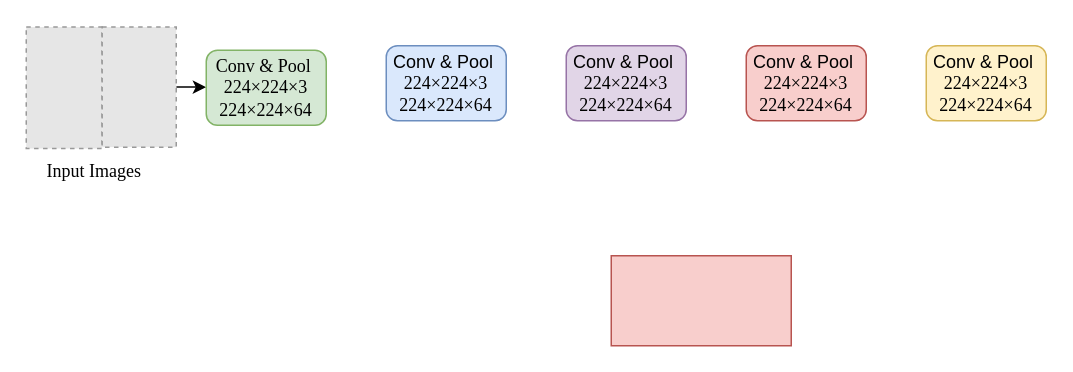
The draw.io diagram ConvPoolLayer Diagram.drawio in sohagkumarsaha/draw.io-public, before the edit. Source tidied: cells renumbered, new cells numbered last; positions are measured from the earlier drawing's top-left corner, leaving out a move shared by most shapes. Both pictures are drawn from the tidied source at 150%, with x=0, y=0 at pixel (26, 27). Pictures stored in the file or linked from it are replaced by grey dashed boxes.
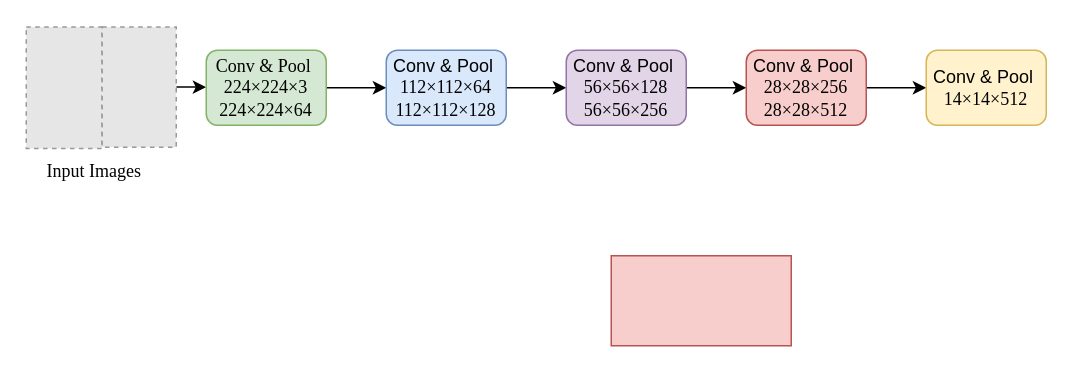
The same diagram, later.

The edit, as a diff of the source:
```diff
@@
 <mxGraphModel>
   <root>
     <mxCell id="0" />
     <mxCell id="1" parent="0" />
     <mxCell id="2" style="fillColor=#E6E6E6;strokeColor=#999999;dashed=1;verticalLabelPosition=bottom;labelBackgroundColor=default;verticalAlign=top;" parent="1" vertex="1">
       <mxGeometry y="-0.5" width="50.6" height="81" as="geometry" />
     </mxCell>
     <mxCell id="3" style="edgeStyle=orthogonalEdgeStyle;rounded=0;jettySize=auto;html=1;exitX=1;exitY=0.5;exitDx=0;exitDy=0;entryX=0;entryY=0.5;entryDx=0;entryDy=0;" parent="1" edge="1" source="4" target="5">
       <mxGeometry relative="1" as="geometry" />
     </mxCell>
     <mxCell id="4" style="fillColor=#E6E6E6;strokeColor=#999999;dashed=1;verticalLabelPosition=bottom;labelBackgroundColor=default;verticalAlign=top;" parent="1" vertex="1">
       <mxGeometry x="50.6" y="-0.5" width="49.4" height="80.1" as="geometry" />
     </mxCell>
+    <mxCell id="12" style="edgeStyle=orthogonalEdgeStyle;rounded=0;jettySize=auto;html=1;exitX=1;exitY=0.5;exitDx=0;exitDy=0;" parent="1" edge="1" source="5" target="7">
+      <mxGeometry relative="1" as="geometry" />
+    </mxCell>
     <mxCell id="5" value="&lt;font style=&quot;&quot;&gt;&lt;font face=&quot;Times New Roman&quot; style=&quot;font-size: 12px;&quot;&gt;Conv &amp;amp; Pool&amp;nbsp;&lt;br&gt;224×224×3&lt;br&gt;224×224×64&lt;/font&gt;&lt;br&gt;&lt;/font&gt;" style="rounded=1;whiteSpace=wrap;html=1;fillColor=#d5e8d4;strokeColor=#82b366;" parent="1" vertex="1">
       <mxGeometry x="120" y="15" width="80" height="50" as="geometry" />
     </mxCell>
     <mxCell id="6" style="rounded=0;whiteSpace=wrap;html=1;fillColor=#f8cecc;strokeColor=#b85450;" parent="1" vertex="1">
       <mxGeometry x="390" y="152" width="120" height="60" as="geometry" />
     </mxCell>
+    <mxCell id="13" style="edgeStyle=orthogonalEdgeStyle;rounded=0;jettySize=auto;html=1;exitX=1;exitY=0.5;exitDx=0;exitDy=0;entryX=0;entryY=0.5;entryDx=0;entryDy=0;" parent="1" edge="1" source="7" target="8">
+      <mxGeometry relative="1" as="geometry" />
+    </mxCell>
-    <mxCell id="7" value="Conv &amp;amp; Pool&amp;nbsp;&lt;br style=&quot;border-color: var(--border-color); font-family: &amp;quot;Times New Roman&amp;quot;;&quot;&gt;&lt;span style=&quot;font-family: &amp;quot;Times New Roman&amp;quot;;&quot;&gt;224×224×3&lt;/span&gt;&lt;br style=&quot;border-color: var(--border-color); font-family: &amp;quot;Times New Roman&amp;quot;;&quot;&gt;&lt;span style=&quot;font-family: &amp;quot;Times New Roman&amp;quot;;&quot;&gt;224×224×64&lt;/span&gt;" style="rounded=1;whiteSpace=wrap;html=1;fillColor=#dae8fc;strokeColor=#6c8ebf;" parent="1" vertex="1">
-      <mxGeometry x="240" y="12" width="80" height="50" as="geometry" />
+    <mxCell id="7" value="Conv &amp;amp; Pool&amp;nbsp;&lt;br style=&quot;border-color: var(--border-color); font-family: &amp;quot;Times New Roman&amp;quot;;&quot;&gt;&lt;span style=&quot;font-family: &amp;quot;Times New Roman&amp;quot;;&quot;&gt;112×112×64&lt;/span&gt;&lt;br style=&quot;border-color: var(--border-color); font-family: &amp;quot;Times New Roman&amp;quot;;&quot;&gt;&lt;span style=&quot;font-family: &amp;quot;Times New Roman&amp;quot;;&quot;&gt;112×112×128&lt;/span&gt;" style="rounded=1;whiteSpace=wrap;html=1;fillColor=#dae8fc;strokeColor=#6c8ebf;" parent="1" vertex="1">
+      <mxGeometry x="240" y="15" width="80" height="50" as="geometry" />
     </mxCell>
+    <mxCell id="14" style="edgeStyle=orthogonalEdgeStyle;rounded=0;jettySize=auto;html=1;exitX=1;exitY=0.5;exitDx=0;exitDy=0;entryX=0;entryY=0.5;entryDx=0;entryDy=0;" parent="1" edge="1" source="8" target="9">
+      <mxGeometry relative="1" as="geometry" />
+    </mxCell>
-    <mxCell id="8" value="Conv &amp;amp; Pool&amp;nbsp;&lt;br style=&quot;border-color: var(--border-color); font-family: &amp;quot;Times New Roman&amp;quot;;&quot;&gt;&lt;span style=&quot;font-family: &amp;quot;Times New Roman&amp;quot;;&quot;&gt;224×224×3&lt;/span&gt;&lt;br style=&quot;border-color: var(--border-color); font-family: &amp;quot;Times New Roman&amp;quot;;&quot;&gt;&lt;span style=&quot;font-family: &amp;quot;Times New Roman&amp;quot;;&quot;&gt;224×224×64&lt;/span&gt;" style="rounded=1;whiteSpace=wrap;html=1;fillColor=#e1d5e7;strokeColor=#9673a6;" parent="1" vertex="1">
-      <mxGeometry x="360" y="12" width="80" height="50" as="geometry" />
+    <mxCell id="8" value="Conv &amp;amp; Pool&amp;nbsp;&lt;br style=&quot;border-color: var(--border-color); font-family: &amp;quot;Times New Roman&amp;quot;;&quot;&gt;&lt;span style=&quot;font-family: &amp;quot;Times New Roman&amp;quot;;&quot;&gt;56×56×128&lt;/span&gt;&lt;br style=&quot;border-color: var(--border-color); font-family: &amp;quot;Times New Roman&amp;quot;;&quot;&gt;&lt;span style=&quot;font-family: &amp;quot;Times New Roman&amp;quot;;&quot;&gt;56×56×256&lt;/span&gt;" style="rounded=1;whiteSpace=wrap;html=1;fillColor=#e1d5e7;strokeColor=#9673a6;" parent="1" vertex="1">
+      <mxGeometry x="360" y="15" width="80" height="50" as="geometry" />
     </mxCell>
+    <mxCell id="15" style="edgeStyle=orthogonalEdgeStyle;rounded=0;jettySize=auto;html=1;exitX=1;exitY=0.5;exitDx=0;exitDy=0;entryX=0;entryY=0.5;entryDx=0;entryDy=0;" parent="1" edge="1" source="9" target="10">
+      <mxGeometry relative="1" as="geometry" />
+    </mxCell>
-    <mxCell id="9" value="Conv &amp;amp; Pool&amp;nbsp;&lt;br style=&quot;border-color: var(--border-color); font-family: &amp;quot;Times New Roman&amp;quot;;&quot;&gt;&lt;span style=&quot;font-family: &amp;quot;Times New Roman&amp;quot;;&quot;&gt;224×224×3&lt;/span&gt;&lt;br style=&quot;border-color: var(--border-color); font-family: &amp;quot;Times New Roman&amp;quot;;&quot;&gt;&lt;span style=&quot;font-family: &amp;quot;Times New Roman&amp;quot;;&quot;&gt;224×224×64&lt;/span&gt;" style="rounded=1;whiteSpace=wrap;html=1;fillColor=#f8cecc;strokeColor=#b85450;" parent="1" vertex="1">
-      <mxGeometry x="480" y="12" width="80" height="50" as="geometry" />
+    <mxCell id="9" value="Conv &amp;amp; Pool&amp;nbsp;&lt;br style=&quot;border-color: var(--border-color); font-family: &amp;quot;Times New Roman&amp;quot;;&quot;&gt;&lt;span style=&quot;font-family: &amp;quot;Times New Roman&amp;quot;;&quot;&gt;28×28×256&lt;/span&gt;&lt;br style=&quot;border-color: var(--border-color); font-family: &amp;quot;Times New Roman&amp;quot;;&quot;&gt;&lt;span style=&quot;font-family: &amp;quot;Times New Roman&amp;quot;;&quot;&gt;28×28×512&lt;/span&gt;" style="rounded=1;whiteSpace=wrap;html=1;fillColor=#f8cecc;strokeColor=#b85450;" parent="1" vertex="1">
+      <mxGeometry x="480" y="15" width="80" height="50" as="geometry" />
     </mxCell>
-    <mxCell id="10" value="Conv &amp;amp; Pool&amp;nbsp;&lt;br style=&quot;border-color: var(--border-color); font-family: &amp;quot;Times New Roman&amp;quot;;&quot;&gt;&lt;span style=&quot;font-family: &amp;quot;Times New Roman&amp;quot;;&quot;&gt;224×224×3&lt;/span&gt;&lt;br style=&quot;border-color: var(--border-color); font-family: &amp;quot;Times New Roman&amp;quot;;&quot;&gt;&lt;span style=&quot;font-family: &amp;quot;Times New Roman&amp;quot;;&quot;&gt;224×224×64&lt;/span&gt;" style="rounded=1;whiteSpace=wrap;html=1;fillColor=#fff2cc;strokeColor=#d6b656;" parent="1" vertex="1">
-      <mxGeometry x="600" y="12" width="80" height="50" as="geometry" />
+    <mxCell id="10" value="Conv &amp;amp; Pool&amp;nbsp;&lt;br style=&quot;border-color: var(--border-color); font-family: &amp;quot;Times New Roman&amp;quot;;&quot;&gt;&lt;span style=&quot;font-family: &amp;quot;Times New Roman&amp;quot;;&quot;&gt;14×14×512&lt;/span&gt;" style="rounded=1;whiteSpace=wrap;html=1;fillColor=#fff2cc;strokeColor=#d6b656;" parent="1" vertex="1">
+      <mxGeometry x="600" y="15" width="80" height="50" as="geometry" />
     </mxCell>
     <mxCell id="11" value="&lt;font face=&quot;Times New Roman&quot; style=&quot;font-size: 12px;&quot;&gt;Input Images&lt;/font&gt;" style="text;html=1;align=center;verticalAlign=middle;strokeColor=none;fillColor=none;" parent="1" vertex="1">
       <mxGeometry y="80.5" width="90" height="30" as="geometry" />
     </mxCell>
   </root>
 </mxGraphModel>
```
